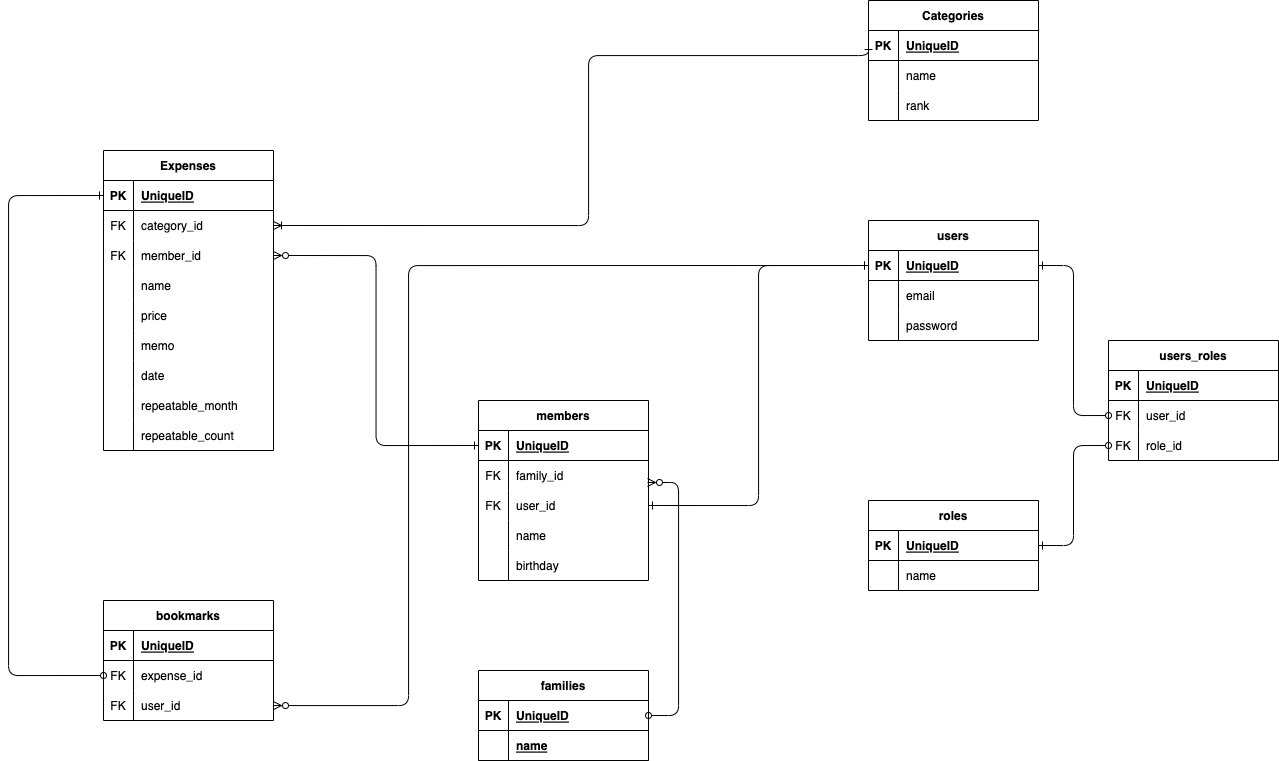
Earlier version of the draw.io export docs/image/er.drawio.png (kiyotakeshi/household-expenses). Source tidied: cells renumbered, new cells last; positions are measured from the earlier drawing's top-left corner, leaving out a move shared by most shapes.
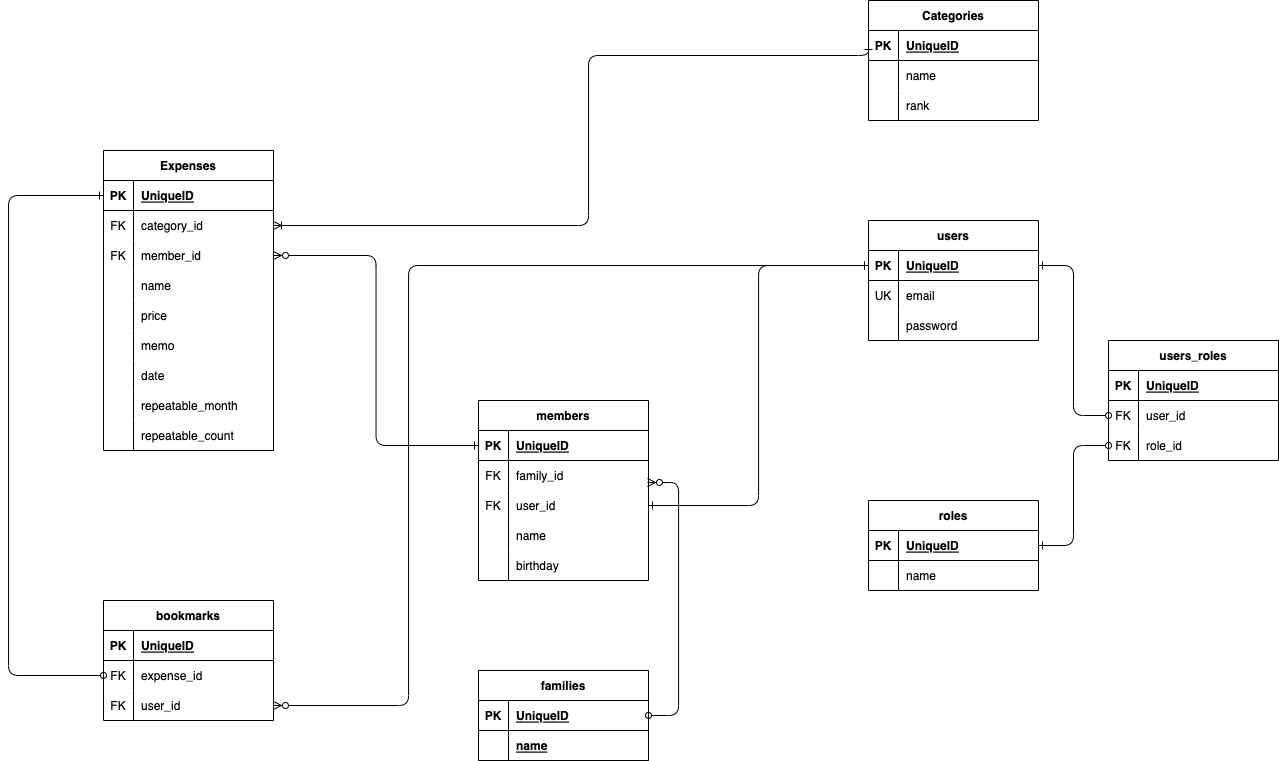
Above is the later version.

What changed in the source:
```diff
@@ -260,7 +260,7 @@
     <mxCell id="82" style="shape=partialRectangle;fillColor=none;top=0;left=0;bottom=0;right=0;" parent="78" vertex="1">
       <mxGeometry y="60" width="170" height="30" as="geometry" />
     </mxCell>
-    <mxCell id="83" style="shape=partialRectangle;fillColor=none;top=0;left=0;bottom=0;right=0;overflow=hidden;" parent="82" vertex="1">
+    <mxCell id="83" value="UK" style="shape=partialRectangle;fillColor=none;top=0;left=0;bottom=0;right=0;overflow=hidden;" parent="82" vertex="1">
       <mxGeometry width="30" height="30" as="geometry" />
     </mxCell>
     <mxCell id="84" value="email" style="shape=partialRectangle;fillColor=none;top=0;left=0;bottom=0;right=0;align=left;spacingLeft=6;overflow=hidden;" parent="82" vertex="1">
```
